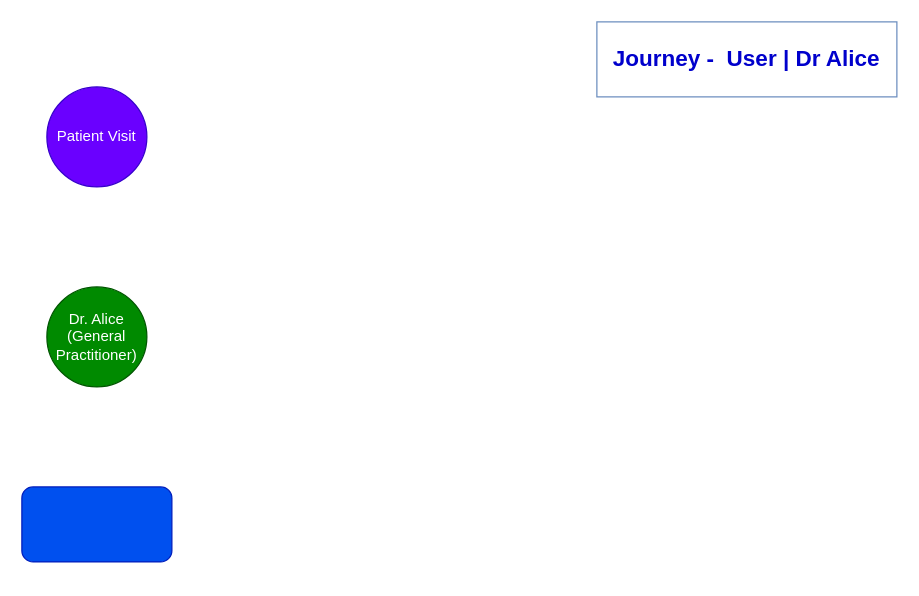
The draw.io diagram User  Dr Alice Journey.drawio in dabiko/draw-io, before the edit. Source tidied: cells renumbered, new cells numbered last; positions are measured from the earlier drawing's top-left corner, leaving out a move shared by most shapes. Both pictures are drawn from the tidied source at 125%, with x=0, y=0 at pixel (21, 21).
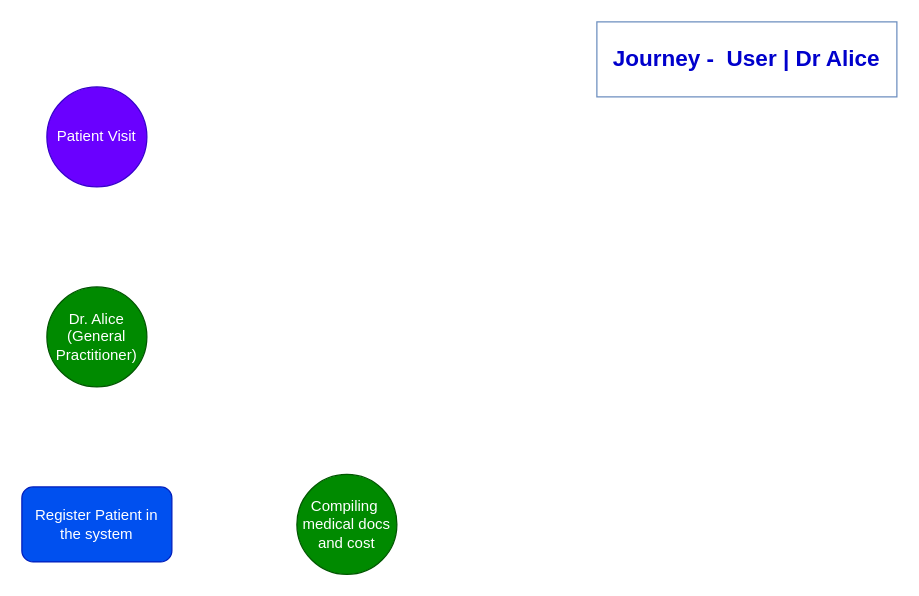
The same page after the edit.

The edit, as a diff of the source:
```diff
@@
 <mxGraphModel>
   <root>
     <mxCell id="0" />
     <mxCell id="1" parent="0" />
     <mxCell id="2" value="&lt;b&gt;&lt;font style=&quot;font-size: 18px;&quot; color=&quot;#0000cc&quot;&gt;Journey -&amp;nbsp; User | Dr Alice&lt;/font&gt;&lt;/b&gt;" style="text;html=1;align=center;verticalAlign=middle;whiteSpace=wrap;rounded=0;fillColor=none;strokeColor=#6c8ebf;" parent="1" vertex="1">
       <mxGeometry x="460" width="240" height="60" as="geometry" />
     </mxCell>
     <mxCell id="3" value="&lt;div style=&quot;&quot;&gt;&lt;span style=&quot;background-color: initial;&quot;&gt;Dr. Alice (General Practitioner)&lt;/span&gt;&lt;/div&gt;" style="ellipse;whiteSpace=wrap;html=1;fillColor=#008a00;strokeColor=#005700;fontColor=#ffffff;align=center;" parent="1" vertex="1">
       <mxGeometry x="20" y="212" width="80" height="80" as="geometry" />
     </mxCell>
     <mxCell id="4" value="Patient Visit" style="ellipse;whiteSpace=wrap;html=1;fillColor=#6a00ff;strokeColor=#3700CC;fontColor=#ffffff;" parent="1" vertex="1">
       <mxGeometry x="20" y="52" width="80" height="80" as="geometry" />
     </mxCell>
-    <mxCell id="5" style="rounded=1;whiteSpace=wrap;html=1;fillColor=#0050ef;fontColor=#ffffff;strokeColor=#001DBC;" parent="1" vertex="1">
+    <mxCell id="5" value="Register Patient in the system" style="rounded=1;whiteSpace=wrap;html=1;fillColor=#0050ef;fontColor=#ffffff;strokeColor=#001DBC;" parent="1" vertex="1">
       <mxGeometry y="372" width="120" height="60" as="geometry" />
     </mxCell>
+    <mxCell id="6" value="Compiling&amp;nbsp; medical docs and cost" style="ellipse;whiteSpace=wrap;html=1;fillColor=#008a00;strokeColor=#005700;fontColor=#ffffff;" parent="1" vertex="1">
+      <mxGeometry x="220" y="362" width="80" height="80" as="geometry" />
+    </mxCell>
   </root>
 </mxGraphModel>
```
